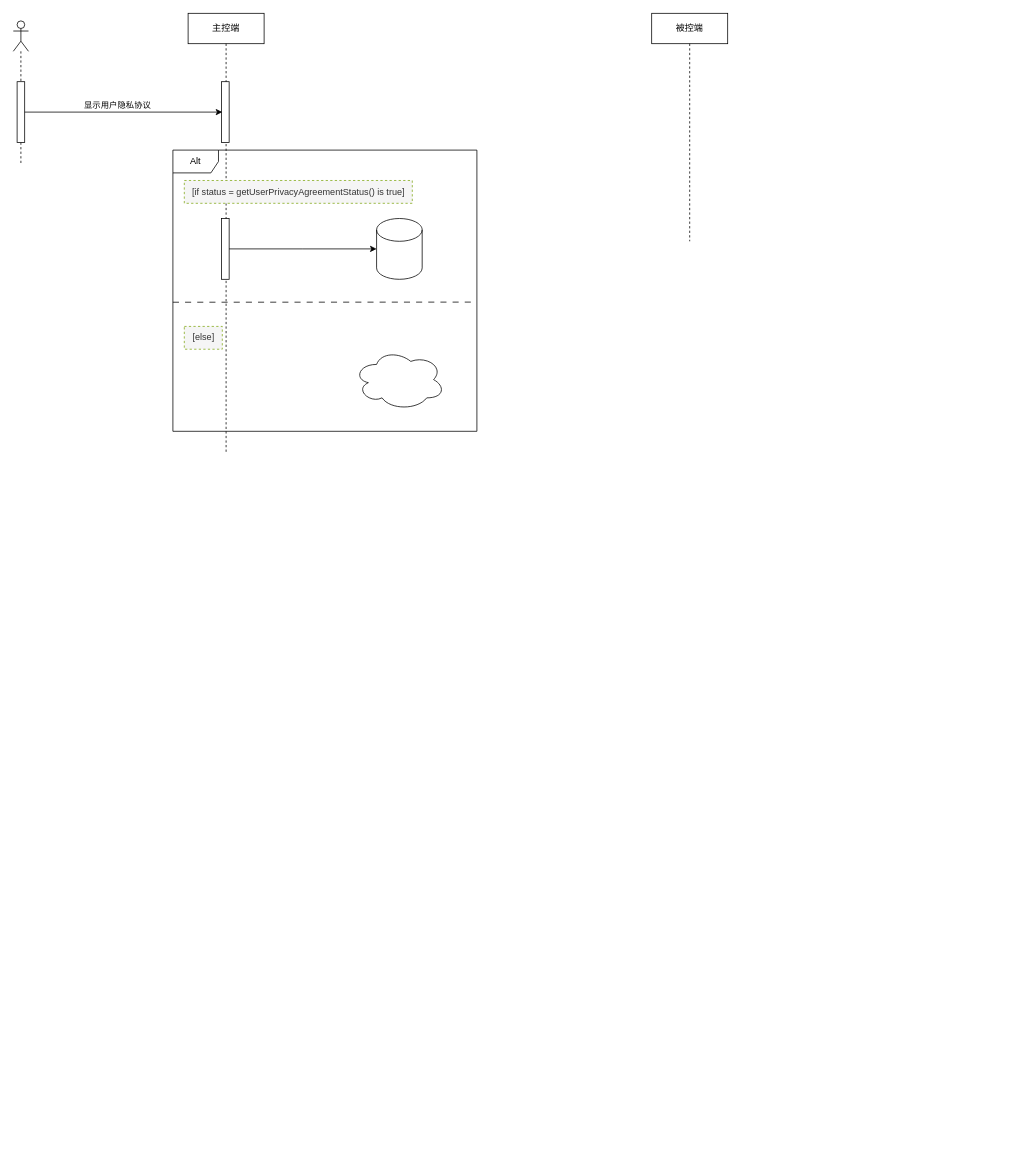
Earlier version of the draw.io diagram page "第 3 页" (3 of 4) of 未命名绘图.drawio (liaiaun/Test). Source tidied: cells renumbered, new cells numbered last; positions are measured from the earlier drawing's top-left corner, leaving out a move shared by most shapes. Both pictures are drawn from the tidied source at 76%, with x=0, y=0 at pixel (13, 13).
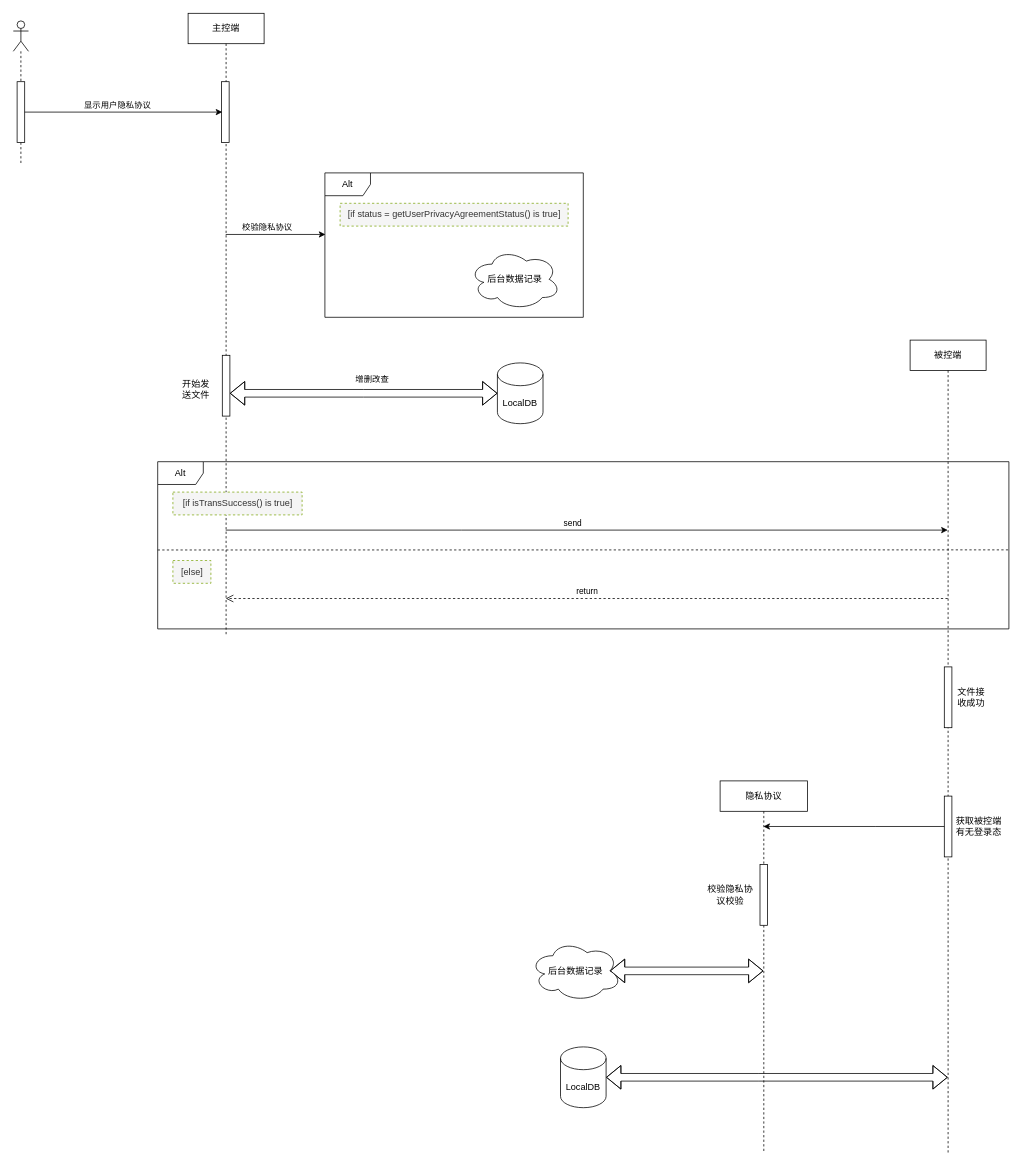
After the change.

Commit message:
更新未命名绘图.drawio

Change to the diagram source:
```diff
@@
+    <mxCell id="17" style="edgeStyle=elbowEdgeStyle;rounded=0;jettySize=auto;html=1;elbow=vertical;curved=0;entryX=0.002;entryY=0.427;entryDx=0;entryDy=0;entryPerimeter=0;" parent="1" edge="1" source="2" target="13">
+      <mxGeometry relative="1" as="geometry" />
+    </mxCell>
+    <mxCell id="18" value="校验隐私协议" style="edgeLabel;html=1;align=center;verticalAlign=middle;" parent="17" vertex="1">
+      <mxGeometry x="-0.19" y="-2" relative="1" as="geometry">
+        <mxPoint x="1" y="-13" as="offset" />
+      </mxGeometry>
+    </mxCell>
+    <mxCell id="19" style="edgeStyle=elbowEdgeStyle;rounded=0;jettySize=auto;html=1;elbow=vertical;curved=0;" parent="1" edge="1" source="2" target="5">
+      <mxGeometry relative="1" as="geometry">
+        <Array as="points">
+          <mxPoint x="590" y="680" />
+          <mxPoint x="780" y="650" />
+          <mxPoint x="820" y="630" />
+          <mxPoint x="890" y="570" />
+        </Array>
+      </mxGeometry>
+    </mxCell>
+    <mxCell id="20" value="send" style="edgeLabel;html=1;align=center;verticalAlign=middle;" parent="19" vertex="1">
+      <mxGeometry x="-0.04" y="2" relative="1" as="geometry">
+        <mxPoint y="-8" as="offset" />
+      </mxGeometry>
+    </mxCell>
     <mxCell id="2" value="主控端" style="shape=umlLifeline;perimeter=lifelinePerimeter;whiteSpace=wrap;html=1;outlineConnect=0;portConstraint=eastwest;newEdgeStyle={&quot;edgeStyle&quot;:&quot;elbowEdgeStyle&quot;,&quot;elbow&quot;:&quot;vertical&quot;,&quot;curved&quot;:0,&quot;rounded&quot;:0};" parent="1" vertex="1">
-      <mxGeometry x="230" width="100" height="580" as="geometry" />
+      <mxGeometry x="230" width="100" height="820" as="geometry" />
     </mxCell>
@@
-    <mxCell id="4" style="html=1;points=[];perimeter=orthogonalPerimeter;outlineConnect=0;targetShapes=umlLifeline;portConstraint=eastwest;newEdgeStyle={&quot;edgeStyle&quot;:&quot;elbowEdgeStyle&quot;,&quot;elbow&quot;:&quot;vertical&quot;,&quot;curved&quot;:0,&quot;rounded&quot;:0};" parent="2" vertex="1">
-      <mxGeometry x="44" y="270" width="10" height="80" as="geometry" />
-    </mxCell>
+    <mxCell id="21" style="html=1;points=[];perimeter=orthogonalPerimeter;outlineConnect=0;targetShapes=umlLifeline;portConstraint=eastwest;newEdgeStyle={&quot;edgeStyle&quot;:&quot;elbowEdgeStyle&quot;,&quot;elbow&quot;:&quot;vertical&quot;,&quot;curved&quot;:0,&quot;rounded&quot;:0};" parent="2" vertex="1">
+      <mxGeometry x="45" y="450" width="10" height="80" as="geometry" />
+    </mxCell>
+    <mxCell id="22" style="edgeStyle=elbowEdgeStyle;rounded=0;jettySize=auto;html=1;elbow=vertical;curved=0;entryX=1;entryY=0.5;entryDx=0;entryDy=0;entryPerimeter=0;startArrow=classic;startFill=1;shape=flexArrow;" parent="1" edge="1" source="5" target="41">
+      <mxGeometry relative="1" as="geometry" />
+    </mxCell>
     <mxCell id="5" value="被控端" style="shape=umlLifeline;perimeter=lifelinePerimeter;whiteSpace=wrap;html=1;outlineConnect=0;portConstraint=eastwest;newEdgeStyle={&quot;edgeStyle&quot;:&quot;elbowEdgeStyle&quot;,&quot;elbow&quot;:&quot;vertical&quot;,&quot;curved&quot;:0,&quot;rounded&quot;:0};" parent="1" vertex="1">
-      <mxGeometry x="840" width="100" height="300" as="geometry" />
+      <mxGeometry x="1180" y="430" width="100" height="1070" as="geometry" />
     </mxCell>
+    <mxCell id="23" style="html=1;perimeter=orthogonalPerimeter;targetShapes=umlLifeline;newEdgeStyle={&quot;edgeStyle&quot;:&quot;elbowEdgeStyle&quot;,&quot;elbow&quot;:&quot;vertical&quot;,&quot;curved&quot;:0,&quot;rounded&quot;:0};" parent="5" vertex="1">
+      <mxGeometry x="45" y="430" width="10" height="80" as="geometry" />
+    </mxCell>
+    <mxCell id="24" style="html=1;points=[];perimeter=orthogonalPerimeter;outlineConnect=0;targetShapes=umlLifeline;portConstraint=eastwest;newEdgeStyle={&quot;edgeStyle&quot;:&quot;elbowEdgeStyle&quot;,&quot;elbow&quot;:&quot;vertical&quot;,&quot;curved&quot;:0,&quot;rounded&quot;:0};" parent="5" vertex="1">
+      <mxGeometry x="45" y="600" width="10" height="80" as="geometry" />
+    </mxCell>
@@
-    <mxCell id="10" style="shape=cylinder3;whiteSpace=wrap;html=1;boundedLbl=1;backgroundOutline=1;size=15;" parent="1" vertex="1">
-      <mxGeometry x="478" y="270" width="60" height="80" as="geometry" />
-    </mxCell>
+    <mxCell id="25" style="group;" parent="1" vertex="1">
+      <mxGeometry x="410" y="210" width="340" height="190" as="geometry" />
+    </mxCell>
-    <mxCell id="11" style="ellipse;shape=cloud;whiteSpace=wrap;html=1;" parent="1" vertex="1">
-      <mxGeometry x="448" y="442" width="120" height="80" as="geometry" />
+    <mxCell id="11" value="后台数据记录" style="ellipse;shape=cloud;whiteSpace=wrap;html=1;" parent="25" vertex="1">
+      <mxGeometry x="190" y="100" width="120" height="80" as="geometry" />
     </mxCell>
-    <mxCell id="12" style="edgeStyle=elbowEdgeStyle;rounded=0;jettySize=auto;html=1;elbow=vertical;curved=0;entryX=0;entryY=0.5;entryDx=0;entryDy=0;entryPerimeter=0;" parent="1" edge="1" source="4" target="10">
-      <mxGeometry relative="1" as="geometry" />
-    </mxCell>
-    <mxCell id="13" value="Alt" style="shape=umlFrame;whiteSpace=wrap;html=1;" parent="1" vertex="1">
-      <mxGeometry x="210" y="180" width="400" height="370" as="geometry" />
+    <mxCell id="13" value="Alt" style="shape=umlFrame;whiteSpace=wrap;html=1;" parent="25" vertex="1">
+      <mxGeometry width="340" height="190" as="geometry" />
     </mxCell>
-    <mxCell id="14" value="[if status =&amp;nbsp;getUserPrivacyAgreementStatus() is true]" style="text;html=1;align=center;verticalAlign=middle;fillColor=#f5f5f5;fontColor=#333333;strokeColor=#81a815;dashed=1;" parent="1" vertex="1">
-      <mxGeometry x="225" y="220" width="300" height="30" as="geometry" />
+    <mxCell id="14" value="[if status =&amp;nbsp;getUserPrivacyAgreementStatus() is true]" style="text;html=1;align=center;verticalAlign=middle;fillColor=#f5f5f5;fontColor=#333333;strokeColor=#81a815;dashed=1;" parent="25" vertex="1">
+      <mxGeometry x="20" y="40" width="300" height="30" as="geometry" />
     </mxCell>
+    <mxCell id="10" value="LocalDB" style="shape=cylinder3;whiteSpace=wrap;html=1;boundedLbl=1;backgroundOutline=1;size=15;" parent="1" vertex="1">
+      <mxGeometry x="637" y="460" width="60" height="80" as="geometry" />
+    </mxCell>
+    <mxCell id="26" value="开始发&lt;br&gt;送文件" style="text;html=1;align=center;verticalAlign=middle;strokeColor=none;fillColor=none;" parent="1" vertex="1">
+      <mxGeometry x="210" y="475" width="60" height="40" as="geometry" />
+    </mxCell>
+    <mxCell id="27" style="edgeStyle=elbowEdgeStyle;rounded=0;jettySize=auto;html=1;elbow=vertical;curved=0;entryX=0;entryY=0.5;entryDx=0;entryDy=0;entryPerimeter=0;startArrow=classic;startFill=1;shape=flexArrow;" parent="1" edge="1" source="21" target="10">
+      <mxGeometry relative="1" as="geometry" />
+    </mxCell>
+    <mxCell id="28" value="增删改查" style="edgeLabel;html=1;align=center;verticalAlign=middle;" parent="27" vertex="1">
+      <mxGeometry x="0.12" relative="1" as="geometry">
+        <mxPoint x="-11" y="-20" as="offset" />
+      </mxGeometry>
+    </mxCell>
+    <mxCell id="29" value="return" style="html=1;verticalAlign=bottom;endArrow=open;dashed=1;endSize=8;edgeStyle=elbowEdgeStyle;elbow=vertical;curved=0;rounded=0;" parent="1" edge="1" source="5" target="2">
+      <mxGeometry relative="1" as="geometry">
+        <Array as="points">
+          <mxPoint x="780" y="770" />
+          <mxPoint x="800" y="750" />
+          <mxPoint x="700" y="780" />
+          <mxPoint x="790" y="750" />
+          <mxPoint x="770" y="730" />
+          <mxPoint x="470" y="540" />
+        </Array>
+      </mxGeometry>
+    </mxCell>
+    <mxCell id="30" value="Alt" style="shape=umlFrame;whiteSpace=wrap;html=1;" parent="1" vertex="1">
+      <mxGeometry x="190" y="590" width="1120" height="220" as="geometry" />
+    </mxCell>
+    <mxCell id="31" value="[if&amp;nbsp;isTransSuccess() is true]" style="text;html=1;align=center;verticalAlign=middle;fillColor=#f5f5f5;fontColor=#333333;strokeColor=#81a815;dashed=1;" parent="1" vertex="1">
+      <mxGeometry x="210" y="630" width="170" height="30" as="geometry" />
+    </mxCell>
     <mxCell id="15" value="[else]" style="text;html=1;align=center;verticalAlign=middle;fillColor=#f5f5f5;fontColor=#333333;strokeColor=#81a815;dashed=1;" parent="1" vertex="1">
-      <mxGeometry x="225" y="412" width="50" height="30" as="geometry" />
+      <mxGeometry x="210" y="720" width="50" height="30" as="geometry" />
     </mxCell>
-    <mxCell id="16" style="endArrow=none;html=1;rounded=0;exitX=0;exitY=0.541;exitDx=0;exitDy=0;exitPerimeter=0;dashed=1;dashPattern=8 8;" parent="1" edge="1" source="13">
-      <mxGeometry relative="1" as="geometry">
-        <mxPoint x="610" y="380" as="targetPoint" />
-      </mxGeometry>
-    </mxCell>
+    <mxCell id="32" style="endArrow=none;html=1;rounded=0;exitX=0;exitY=0.528;exitDx=0;exitDy=0;exitPerimeter=0;dashed=1;" parent="1" edge="1" source="30">
+      <mxGeometry relative="1" as="geometry">
+        <mxPoint x="1310" y="706" as="targetPoint" />
+      </mxGeometry>
+    </mxCell>
+    <mxCell id="33" value="文件接&lt;br&gt;收成功" style="text;html=1;align=center;verticalAlign=middle;strokeColor=none;fillColor=none;" parent="1" vertex="1">
+      <mxGeometry x="1230" y="880" width="60" height="40" as="geometry" />
+    </mxCell>
+    <mxCell id="34" value="获取被控端&lt;br&gt;有无登录态" style="text;html=1;align=center;verticalAlign=middle;strokeColor=none;fillColor=none;" parent="1" vertex="1">
+      <mxGeometry x="1230" y="1050" width="80" height="40" as="geometry" />
+    </mxCell>
+    <mxCell id="35" style="edgeStyle=elbowEdgeStyle;rounded=0;jettySize=auto;html=1;elbow=vertical;curved=0;entryX=0.875;entryY=0.5;entryDx=0;entryDy=0;entryPerimeter=0;startArrow=classic;startFill=1;shape=flexArrow;" parent="1" edge="1" source="36" target="40">
+      <mxGeometry relative="1" as="geometry" />
+    </mxCell>
+    <mxCell id="36" value="隐私协议" style="shape=umlLifeline;perimeter=lifelinePerimeter;whiteSpace=wrap;html=1;outlineConnect=0;portConstraint=eastwest;newEdgeStyle={&quot;edgeStyle&quot;:&quot;elbowEdgeStyle&quot;,&quot;elbow&quot;:&quot;vertical&quot;,&quot;curved&quot;:0,&quot;rounded&quot;:0};" parent="1" vertex="1">
+      <mxGeometry x="930" y="1010" width="115" height="490" as="geometry" />
+    </mxCell>
+    <mxCell id="37" style="html=1;perimeter=orthogonalPerimeter;targetShapes=umlLifeline;newEdgeStyle={&quot;edgeStyle&quot;:&quot;elbowEdgeStyle&quot;,&quot;elbow&quot;:&quot;vertical&quot;,&quot;curved&quot;:0,&quot;rounded&quot;:0};" parent="36" vertex="1">
+      <mxGeometry x="52.5" y="110" width="10" height="80" as="geometry" />
+    </mxCell>
+    <mxCell id="38" value="校验隐私协&lt;br&gt;议校验" style="text;html=1;align=center;verticalAlign=middle;strokeColor=none;fillColor=none;" parent="36" vertex="1">
+      <mxGeometry x="-27.5" y="130" width="80" height="40" as="geometry" />
+    </mxCell>
+    <mxCell id="39" style="edgeStyle=elbowEdgeStyle;rounded=0;jettySize=auto;html=1;elbow=vertical;curved=0;" parent="1" edge="1" source="24" target="36">
+      <mxGeometry relative="1" as="geometry" />
+    </mxCell>
+    <mxCell id="40" value="后台数据记录" style="ellipse;shape=cloud;whiteSpace=wrap;html=1;" parent="1" vertex="1">
+      <mxGeometry x="680" y="1220" width="120" height="80" as="geometry" />
+    </mxCell>
+    <mxCell id="41" value="LocalDB" style="shape=cylinder3;whiteSpace=wrap;html=1;boundedLbl=1;backgroundOutline=1;size=15;" parent="1" vertex="1">
+      <mxGeometry x="720" y="1360" width="60" height="80" as="geometry" />
+    </mxCell>
```
